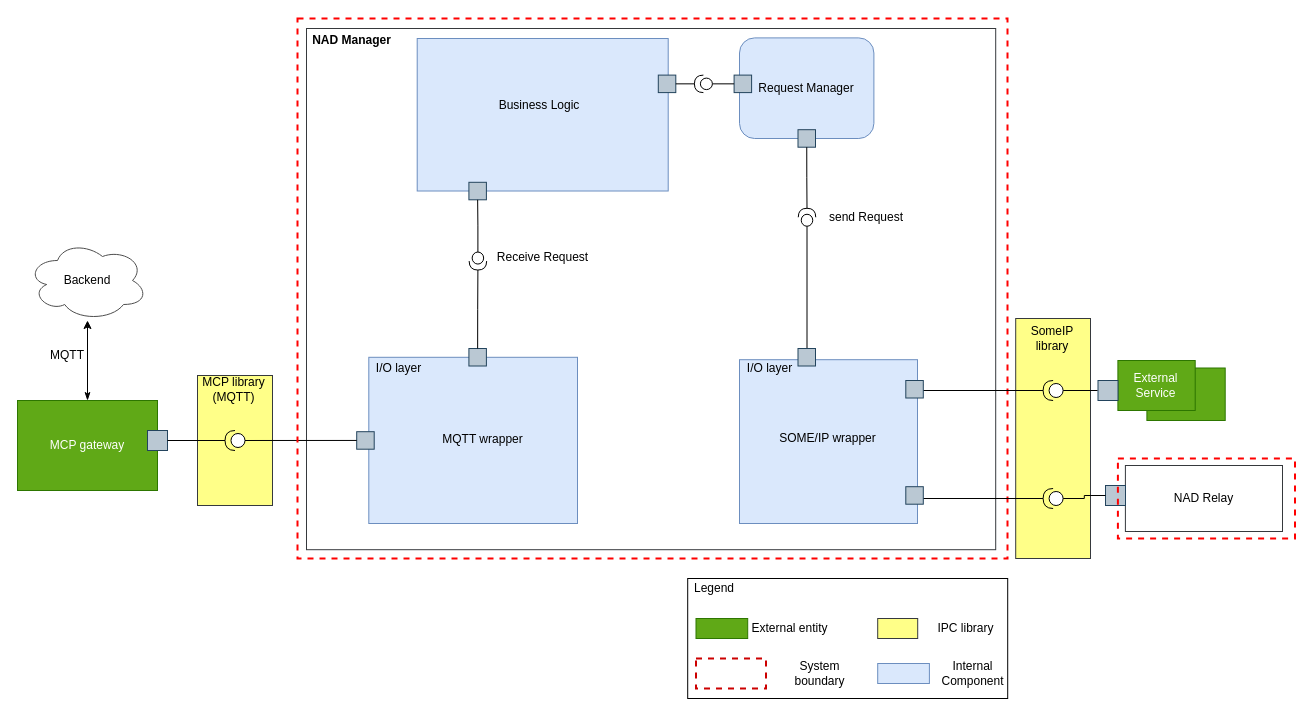
Before: page "dynamic_1st_1" (4 of 6) of doc/SA cert/Design/nadmanager.drawio in taikt/codefun, a draw.io diagram. Source tidied: cells renumbered, new cells numbered last; positions are measured from the earlier drawing's top-left corner, leaving out a move shared by most shapes. Both pictures are drawn from the tidied source at 100%, with x=0, y=0 at pixel (-132, -1197).
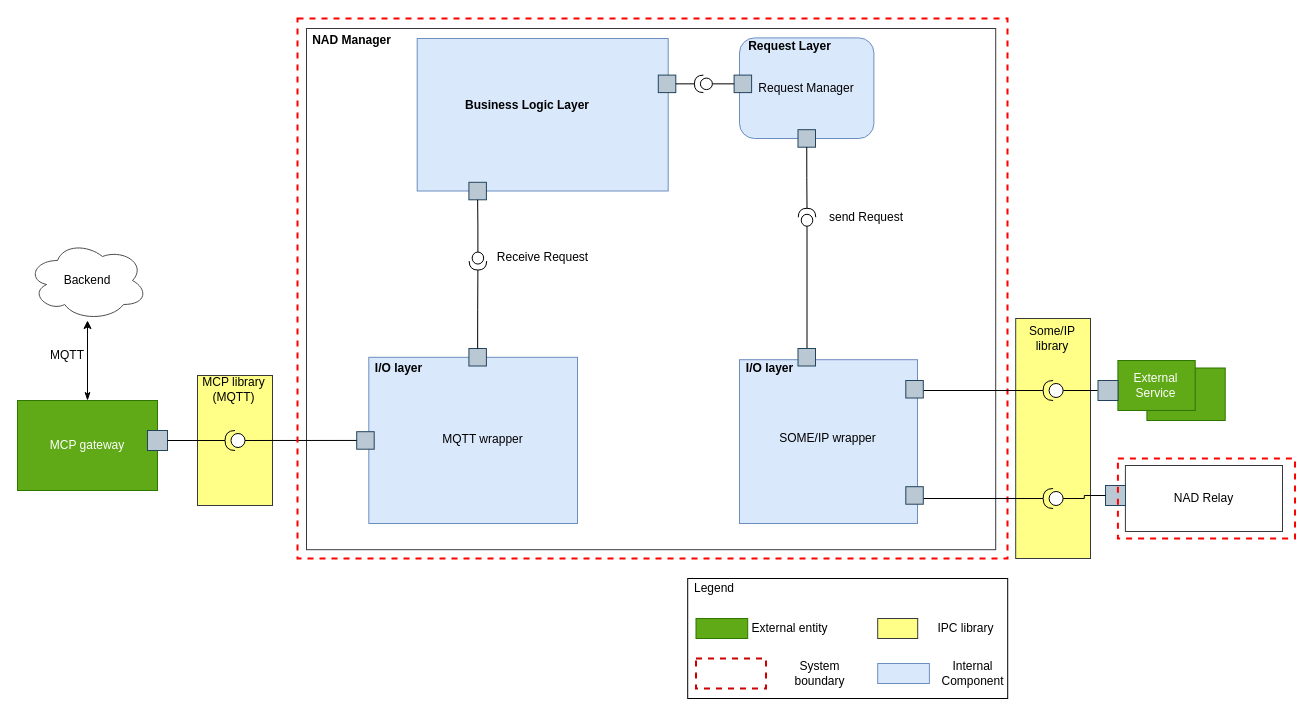
The same page after the edit.

What changed in the source:
```diff
@@
-    <mxCell id="25" value="Business Logic" style="text;html=1;strokeColor=none;fillColor=none;align=center;verticalAlign=middle;whiteSpace=wrap;rounded=0;" parent="1" vertex="1">
-      <mxGeometry x="613" y="1289" width="115.5" height="26.2" as="geometry" />
+    <mxCell id="25" value="&lt;b&gt;Business Logic Layer&lt;/b&gt;" style="text;html=1;strokeColor=none;fillColor=none;align=center;verticalAlign=middle;whiteSpace=wrap;rounded=0;" parent="1" vertex="1">
+      <mxGeometry x="589" y="1289" width="139.5" height="26.2" as="geometry" />
     </mxCell>
@@
-    <mxCell id="27" value="I/O layer" style="text;html=1;strokeColor=none;fillColor=none;align=center;verticalAlign=middle;whiteSpace=wrap;rounded=0;" parent="1" vertex="1">
+    <mxCell id="27" value="&lt;b&gt;I/O layer&lt;/b&gt;" style="text;html=1;strokeColor=none;fillColor=none;align=center;verticalAlign=middle;whiteSpace=wrap;rounded=0;" parent="1" vertex="1">
       <mxGeometry x="488.2" y="1549.7" width="84.8" height="30.6" as="geometry" />
     </mxCell>
@@
-    <mxCell id="54" value="SomeIP library" style="text;html=1;strokeColor=none;fillColor=none;align=center;verticalAlign=middle;whiteSpace=wrap;rounded=0;" parent="1" vertex="1">
+    <mxCell id="54" value="Some/IP library" style="text;html=1;strokeColor=none;fillColor=none;align=center;verticalAlign=middle;whiteSpace=wrap;rounded=0;" parent="1" vertex="1">
       <mxGeometry x="1158.4" y="1525" width="52.4" height="20" as="geometry" />
     </mxCell>
@@
-    <mxCell id="66" value="I/O layer" style="text;html=1;strokeColor=none;fillColor=none;align=center;verticalAlign=middle;whiteSpace=wrap;rounded=0;" parent="1" vertex="1">
+    <mxCell id="66" value="&lt;b&gt;I/O layer&lt;/b&gt;" style="text;html=1;strokeColor=none;fillColor=none;align=center;verticalAlign=middle;whiteSpace=wrap;rounded=0;" parent="1" vertex="1">
       <mxGeometry x="859" y="1549.7" width="84.8" height="30.6" as="geometry" />
     </mxCell>
@@
+    <mxCell id="71" value="&lt;b&gt;Request Layer&lt;/b&gt;" style="text;html=1;strokeColor=none;fillColor=none;align=center;verticalAlign=middle;whiteSpace=wrap;rounded=0;" parent="1" vertex="1">
+      <mxGeometry x="879.2" y="1227.8" width="84.8" height="30.6" as="geometry" />
+    </mxCell>
```
